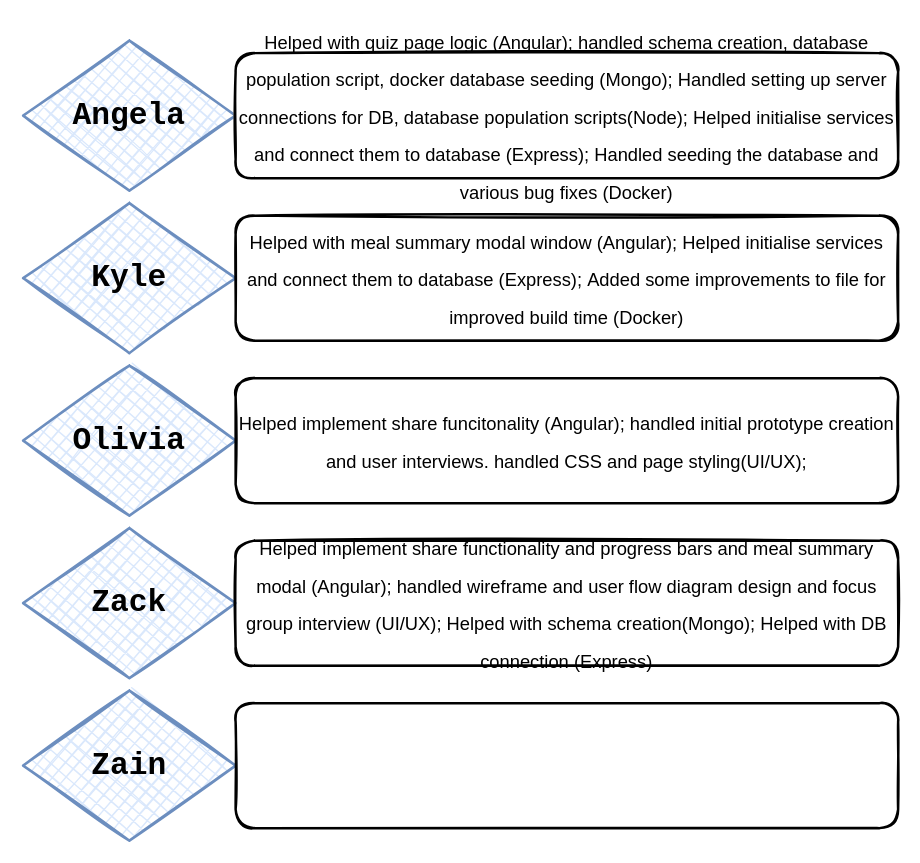
Before: SprintsAndProjectManagement/TeamRoles.drawio in kesteckb/COMSM-SEGP, a draw.io diagram. Source tidied: cells renumbered, new cells numbered last; positions are measured from the earlier drawing's top-left corner, leaving out a move shared by most shapes. Both pictures are drawn from the tidied source at 125%, with x=0, y=0 at pixel (22, 40).
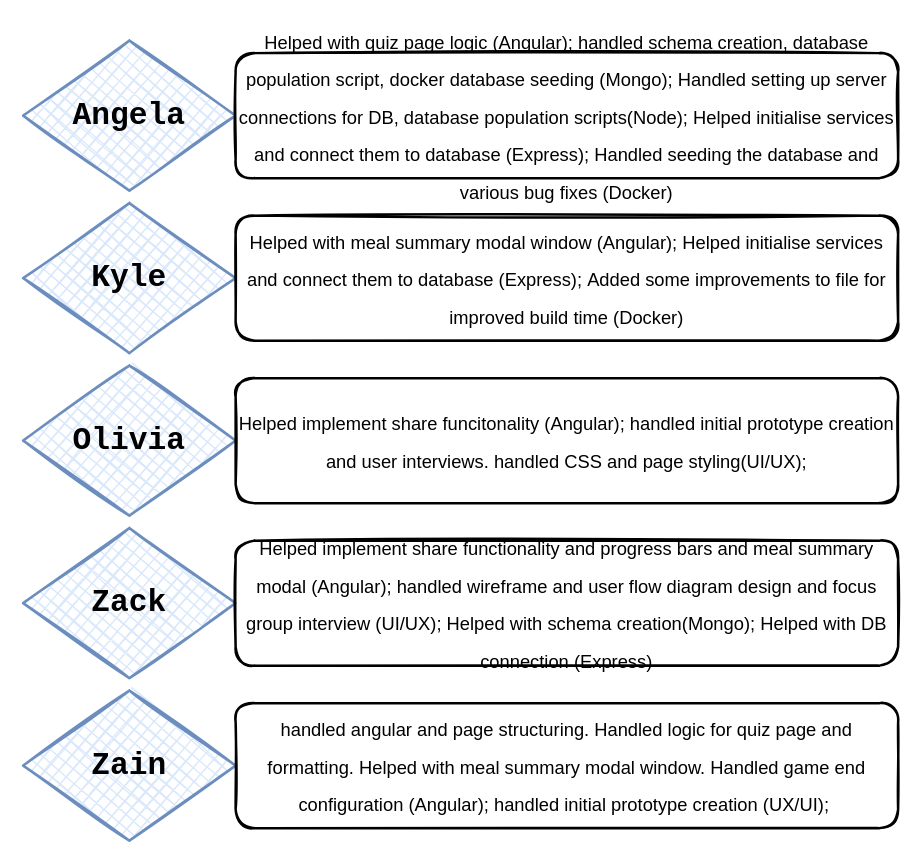
Above is the later version.

Change to the diagram source:
```diff
@@
 <mxGraphModel background="#ffffff">
   <root>
     <mxCell id="0" />
     <mxCell id="1" parent="0" />
     <mxCell id="2" style="group;" parent="1" vertex="1">
       <mxGeometry y="130" width="700" height="120" as="geometry" />
     </mxCell>
     <mxCell id="3" value="Kyle" style="rhombus;whiteSpace=wrap;html=1;strokeWidth=2;fillWeight=-1;hachureGap=8;fillStyle=cross-hatch;fillColor=#dae8fc;sketch=1;strokeColor=#6c8ebf;fontFamily=Courier New;fontSize=25;fontStyle=1;" parent="2" vertex="1">
       <mxGeometry width="170" height="120" as="geometry" />
     </mxCell>
     <mxCell id="4" value="&lt;span id=&quot;docs-internal-guid-14715bb9-7fff-fad0-37b8-1680ecc5287a&quot;&gt;&lt;span style=&quot;font-size: 11pt ; font-family: &amp;#34;arial&amp;#34; ; background-color: transparent ; vertical-align: baseline&quot;&gt;Helped with meal summary modal window (Angular);&amp;nbsp;&lt;/span&gt;&lt;/span&gt;&lt;span id=&quot;docs-internal-guid-47588693-7fff-474b-c383-f6b14b442eab&quot;&gt;&lt;span style=&quot;font-size: 11pt ; font-family: &amp;#34;arial&amp;#34; ; background-color: transparent ; vertical-align: baseline&quot;&gt;Helped initialise services and connect them to database (Express);&amp;nbsp;&lt;/span&gt;&lt;/span&gt;&lt;span id=&quot;docs-internal-guid-76285264-7fff-8467-f98a-775b0c2b26df&quot;&gt;&lt;span style=&quot;font-size: 11pt ; font-family: &amp;#34;arial&amp;#34; ; background-color: transparent ; vertical-align: baseline&quot;&gt;Added some improvements to file for improved build time (Docker)&lt;/span&gt;&lt;/span&gt;" style="rounded=1;whiteSpace=wrap;html=1;strokeWidth=2;fillWeight=4;hachureGap=8;hachureAngle=45;sketch=1;fontFamily=Courier New;fontSize=25;fillStyle=solid;" parent="2" vertex="1">
       <mxGeometry x="170" y="10" width="530" height="100" as="geometry" />
     </mxCell>
     <mxCell id="5" style="group;" parent="1" vertex="1">
       <mxGeometry width="700" height="120" as="geometry" />
     </mxCell>
     <mxCell id="6" value="Angela" style="rhombus;whiteSpace=wrap;html=1;strokeWidth=2;fillWeight=-1;hachureGap=8;fillStyle=cross-hatch;fillColor=#dae8fc;sketch=1;strokeColor=#6c8ebf;fontFamily=Courier New;fontSize=25;fontStyle=1;" parent="5" vertex="1">
       <mxGeometry width="170" height="120" as="geometry" />
     </mxCell>
     <mxCell id="7" value="&lt;span id=&quot;docs-internal-guid-55cf51fe-7fff-0f3c-1b51-0f25e11b8d9c&quot;&gt;&lt;span style=&quot;font-size: 11pt ; font-family: &amp;#34;arial&amp;#34; ; background-color: transparent ; vertical-align: baseline&quot;&gt;Helped with quiz page logic (Angular);&amp;nbsp;&lt;span id=&quot;docs-internal-guid-f27823e3-7fff-ded0-3d35-f19b5ccfe4a0&quot;&gt;&lt;span style=&quot;font-size: 11pt ; background-color: transparent ; vertical-align: baseline&quot;&gt;handled schema creation, database population script, docker database seeding (Mongo);&amp;nbsp;&lt;/span&gt;&lt;/span&gt;&lt;span id=&quot;docs-internal-guid-c085d38c-7fff-3500-46eb-7625acbe48f7&quot;&gt;&lt;span style=&quot;font-size: 11pt ; background-color: transparent ; vertical-align: baseline&quot;&gt;Handled setting up server connections for DB, database population scripts(Node);&amp;nbsp;&lt;/span&gt;&lt;/span&gt;&lt;span id=&quot;docs-internal-guid-3888b3c0-7fff-6b13-a031-0857b978a1e6&quot;&gt;&lt;span style=&quot;font-size: 11pt ; background-color: transparent ; vertical-align: baseline&quot;&gt;Helped initialise services and connect them to database (Express);&amp;nbsp;&lt;/span&gt;&lt;/span&gt;&lt;span id=&quot;docs-internal-guid-707253e9-7fff-a60e-3a78-14acfb67ed97&quot;&gt;&lt;span style=&quot;font-size: 11pt ; background-color: transparent ; vertical-align: baseline&quot;&gt;Handled seeding the database and various bug fixes (Docker)&lt;/span&gt;&lt;/span&gt;&lt;br&gt;&lt;/span&gt;&lt;/span&gt;" style="rounded=1;whiteSpace=wrap;html=1;strokeWidth=2;fillWeight=4;hachureGap=8;hachureAngle=45;sketch=1;fontFamily=Courier New;fontSize=25;fillStyle=solid;" parent="5" vertex="1">
       <mxGeometry x="170" y="10" width="530" height="100" as="geometry" />
     </mxCell>
     <mxCell id="8" style="group;" parent="1" vertex="1">
       <mxGeometry y="260" width="700" height="120" as="geometry" />
     </mxCell>
     <mxCell id="9" value="Olivia" style="rhombus;whiteSpace=wrap;html=1;strokeWidth=2;fillWeight=-1;hachureGap=8;fillStyle=cross-hatch;fillColor=#dae8fc;sketch=1;strokeColor=#6c8ebf;fontFamily=Courier New;fontSize=25;fontStyle=1;" parent="8" vertex="1">
       <mxGeometry width="170" height="120" as="geometry" />
     </mxCell>
     <mxCell id="10" value="&lt;span id=&quot;docs-internal-guid-79654713-7fff-186b-9401-507fa94f92d3&quot;&gt;&lt;span style=&quot;font-size: 11pt ; font-family: &amp;#34;arial&amp;#34; ; background-color: transparent ; vertical-align: baseline&quot;&gt;Helped implement share funcitonality (Angular);&amp;nbsp;&lt;/span&gt;&lt;/span&gt;&lt;span id=&quot;docs-internal-guid-da6f391d-7fff-7575-0014-ab380b4b7c00&quot;&gt;&lt;span style=&quot;font-size: 11pt ; font-family: &amp;#34;arial&amp;#34; ; background-color: transparent ; vertical-align: baseline&quot;&gt;handled initial prototype creation and user interviews. handled CSS and page styling(UI/UX);&lt;/span&gt;&lt;/span&gt;" style="rounded=1;whiteSpace=wrap;html=1;strokeWidth=2;fillWeight=4;hachureGap=8;hachureAngle=45;sketch=1;fontFamily=Courier New;fontSize=25;fillStyle=solid;" parent="8" vertex="1">
       <mxGeometry x="170" y="10" width="530" height="100" as="geometry" />
     </mxCell>
     <mxCell id="11" style="group;" parent="1" vertex="1">
       <mxGeometry y="390" width="700" height="120" as="geometry" />
     </mxCell>
     <mxCell id="12" value="Zack" style="rhombus;whiteSpace=wrap;html=1;strokeWidth=2;fillWeight=-1;hachureGap=8;fillStyle=cross-hatch;fillColor=#dae8fc;sketch=1;strokeColor=#6c8ebf;fontFamily=Courier New;fontSize=25;fontStyle=1;" parent="11" vertex="1">
       <mxGeometry width="170" height="120" as="geometry" />
     </mxCell>
     <mxCell id="13" value="&lt;span id=&quot;docs-internal-guid-389b18a0-7fff-ca22-27a1-57a6df8886c2&quot;&gt;&lt;span style=&quot;font-size: 11pt ; font-family: &amp;#34;arial&amp;#34; ; background-color: transparent ; vertical-align: baseline&quot;&gt;Helped implement share functionality and progress bars and meal summary modal (Angular);&amp;nbsp;&lt;/span&gt;&lt;/span&gt;&lt;span id=&quot;docs-internal-guid-0ba21306-7fff-2b8e-d1ad-478b831bbdbb&quot;&gt;&lt;span style=&quot;font-size: 11pt ; font-family: &amp;#34;arial&amp;#34; ; background-color: transparent ; vertical-align: baseline&quot;&gt;handled wireframe and user flow diagram design and focus group interview (UI/UX);&amp;nbsp;&lt;/span&gt;&lt;/span&gt;&lt;span id=&quot;docs-internal-guid-f10ed9bb-7fff-533c-6e09-c285ab2a279d&quot;&gt;&lt;span style=&quot;font-size: 11pt ; font-family: &amp;#34;arial&amp;#34; ; background-color: transparent ; vertical-align: baseline&quot;&gt;Helped with schema creation(Mongo);&amp;nbsp;&lt;/span&gt;&lt;/span&gt;&lt;span id=&quot;docs-internal-guid-cb5510bf-7fff-7b14-0b06-ce71809f8121&quot;&gt;&lt;span style=&quot;font-size: 11pt ; font-family: &amp;#34;arial&amp;#34; ; background-color: transparent ; vertical-align: baseline&quot;&gt;Helped with DB connection (Express)&lt;/span&gt;&lt;/span&gt;" style="rounded=1;whiteSpace=wrap;html=1;strokeWidth=2;fillWeight=4;hachureGap=8;hachureAngle=45;sketch=1;fontFamily=Courier New;fontSize=25;fillStyle=solid;" parent="11" vertex="1">
       <mxGeometry x="170" y="10" width="530" height="100" as="geometry" />
     </mxCell>
     <mxCell id="14" style="group;" parent="1" vertex="1">
       <mxGeometry y="520" width="700" height="120" as="geometry" />
     </mxCell>
     <mxCell id="15" value="Zain" style="rhombus;whiteSpace=wrap;html=1;strokeWidth=2;fillWeight=-1;hachureGap=8;fillStyle=cross-hatch;fillColor=#dae8fc;sketch=1;strokeColor=#6c8ebf;fontFamily=Courier New;fontSize=25;fontStyle=1;" parent="14" vertex="1">
       <mxGeometry width="170" height="120" as="geometry" />
     </mxCell>
-    <mxCell id="16" style="rounded=1;whiteSpace=wrap;html=1;strokeWidth=2;fillWeight=4;hachureGap=8;hachureAngle=45;sketch=1;fontFamily=Courier New;fontSize=25;fillStyle=solid;" parent="14" vertex="1">
+    <mxCell id="16" value="&lt;span id=&quot;docs-internal-guid-a01ff617-7fff-93a3-2617-1aa5015412d5&quot;&gt;&lt;span style=&quot;font-size: 11pt ; font-family: &amp;#34;arial&amp;#34; ; background-color: transparent ; vertical-align: baseline&quot;&gt;handled angular and page structuring. Handled logic for quiz page and formatting. Helped with meal summary modal window. Handled game end configuration (Angular);&amp;nbsp;&lt;/span&gt;&lt;/span&gt;&lt;span id=&quot;docs-internal-guid-9e172efd-7fff-0b97-0172-4db9dc6f06fa&quot;&gt;&lt;span style=&quot;font-size: 11pt ; font-family: &amp;#34;arial&amp;#34; ; background-color: transparent ; vertical-align: baseline&quot;&gt;handled initial prototype creation (UX/UI);&amp;nbsp;&lt;/span&gt;&lt;/span&gt;" style="rounded=1;whiteSpace=wrap;html=1;strokeWidth=2;fillWeight=4;hachureGap=8;hachureAngle=45;sketch=1;fontFamily=Courier New;fontSize=25;fillStyle=solid;" parent="14" vertex="1">
       <mxGeometry x="170" y="10" width="530" height="100" as="geometry" />
     </mxCell>
   </root>
 </mxGraphModel>
```
